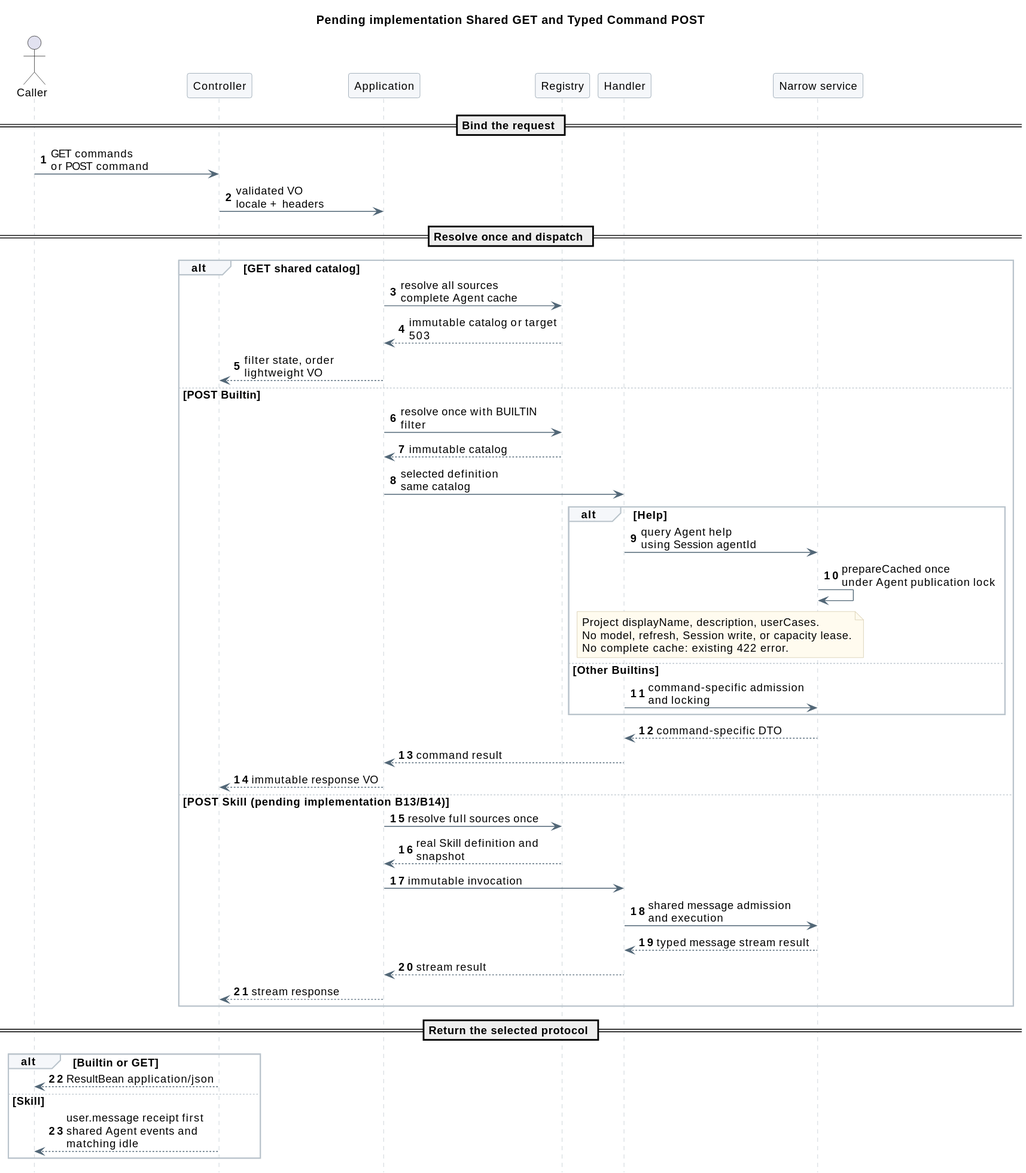
This is 01-总体架构/01-CampusClaw多Agent运行时/设计图/Command/command_http_flow.svg from ssm0808/pi-mono-java-design, a PlantUML export, as it was before one commit.
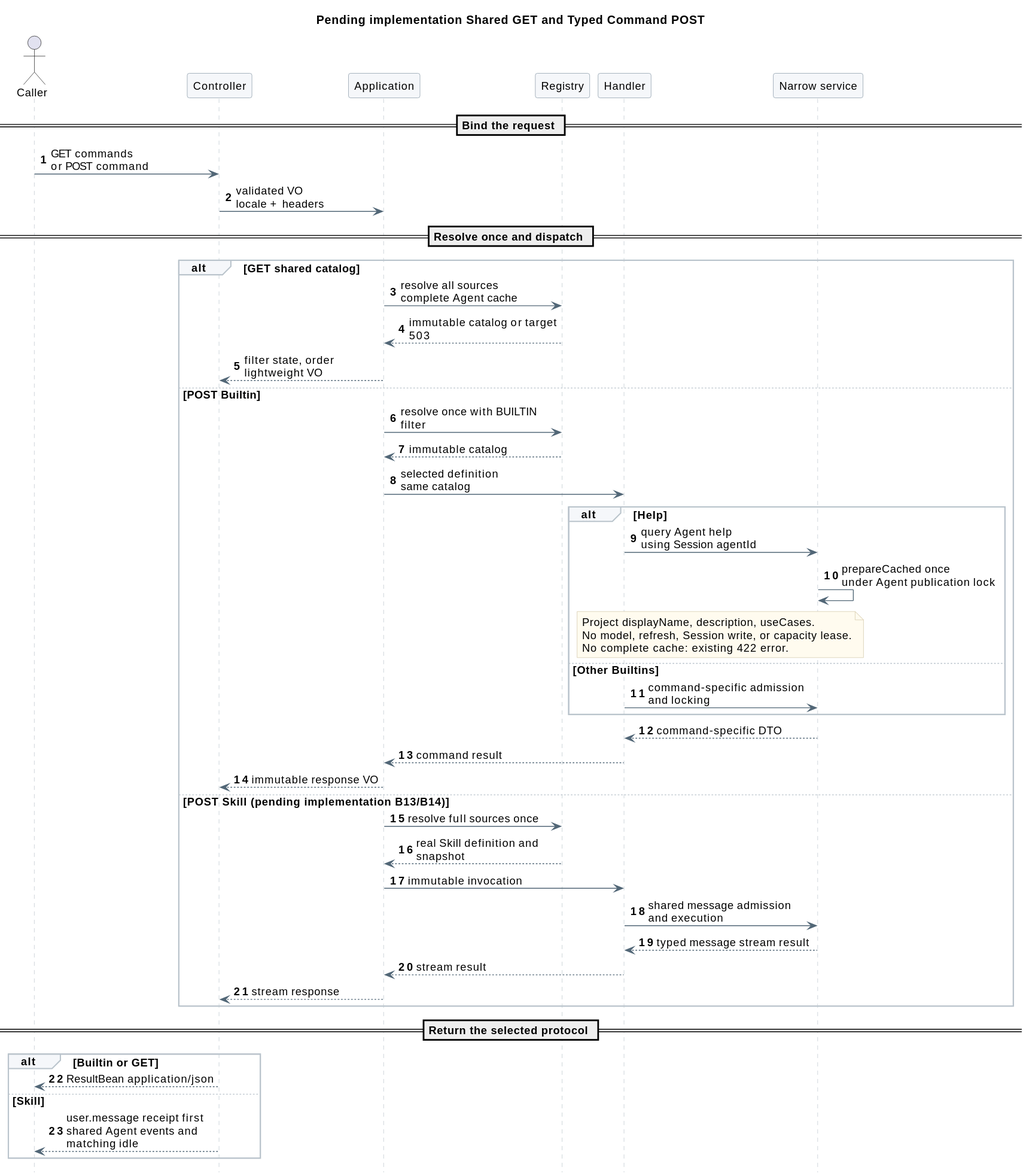
After the commit.

What changed in the source:
```diff
@@ -38,7 +38,7 @@
     Handler -> Service : query Agent help\nusing Session agentId
     Service -> Service : prepareCached once\nunder Agent publication lock
     note over Handler, Service
-      Project displayName, description, userCases.
+      Project displayName, description, useCases.
       No model, refresh, Session write, or capacity lease.
       No complete cache: existing 422 error.
     end note
```
